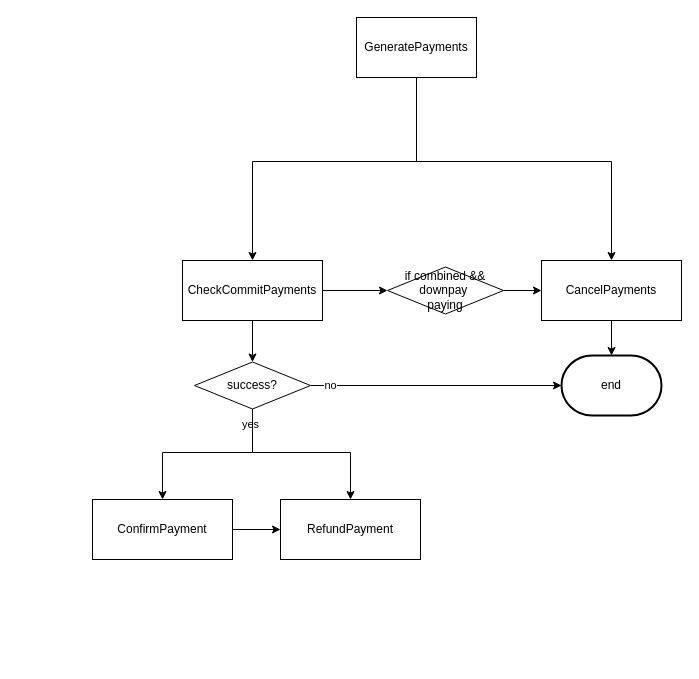
xhd2015/bog keeps this draw.io diagram as page "Lifecycle" (6 of 6) of tmp.drawio. Above is the earlier version. Source tidied: cells renumbered, new cells numbered last; positions are measured from the earlier drawing's top-left corner, leaving out a move shared by most shapes. Both pictures are drawn from the tidied source at 100%, with x=0, y=0 at pixel (92, 17).
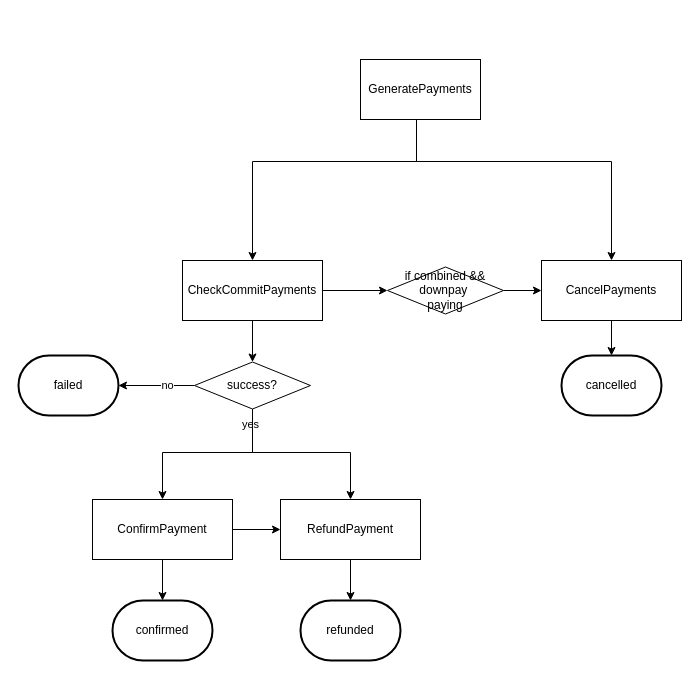
The same page after the edit.

Unchanged cells that the change refers to:
```xml
<mxCell id="16" value="success?" style="rhombus;whiteSpace=wrap;html=1;fillColor=default;" parent="1" vertex="1">
  <mxGeometry x="102" y="344.5" width="116" height="47" as="geometry" />
</mxCell>
<mxCell id="18" value="ConfirmPayment" style="rounded=0;whiteSpace=wrap;html=1;fillColor=default;" parent="1" vertex="1">
  <mxGeometry y="482" width="140" height="60" as="geometry" />
</mxCell>
<mxCell id="19" value="&lt;span&gt;RefundPayment&lt;/span&gt;" style="rounded=0;whiteSpace=wrap;html=1;fillColor=default;" parent="1" vertex="1">
  <mxGeometry x="188" y="482" width="140" height="60" as="geometry" />
</mxCell>
```

Change to the diagram source:
```diff
@@
     <mxCell id="4" value="GeneratePayments" style="rounded=0;whiteSpace=wrap;html=1;fillColor=default;" parent="1" vertex="1">
-      <mxGeometry x="264" width="120" height="60" as="geometry" />
+      <mxGeometry x="268" y="42" width="120" height="60" as="geometry" />
     </mxCell>
@@
-    <mxCell id="12" value="end" style="strokeWidth=2;html=1;shape=mxgraph.flowchart.terminator;whiteSpace=wrap;fillColor=default;" parent="1" vertex="1">
+    <mxCell id="12" value="cancelled" style="strokeWidth=2;html=1;shape=mxgraph.flowchart.terminator;whiteSpace=wrap;fillColor=default;" parent="1" vertex="1">
       <mxGeometry x="469" y="338" width="100" height="60" as="geometry" />
     </mxCell>
@@
-    <mxCell id="15" value="no" style="edgeStyle=orthogonalEdgeStyle;rounded=0;jettySize=auto;html=1;entryX=0;entryY=0.5;entryDx=0;entryDy=0;entryPerimeter=0;" parent="1" edge="1" source="16" target="12">
-      <mxGeometry x="-0.84" relative="1" as="geometry" />
+    <mxCell id="15" value="no" style="edgeStyle=orthogonalEdgeStyle;rounded=0;jettySize=auto;html=1;" parent="1" edge="1" source="16" target="25">
+      <mxGeometry x="-0.29" relative="1" as="geometry" />
     </mxCell>
@@
+    <mxCell id="21" style="edgeStyle=orthogonalEdgeStyle;rounded=0;jettySize=auto;html=1;entryX=0.5;entryY=0;entryDx=0;entryDy=0;entryPerimeter=0;" parent="1" edge="1" source="18" target="23">
+      <mxGeometry relative="1" as="geometry" />
+    </mxCell>
@@
+    <mxCell id="22" style="edgeStyle=orthogonalEdgeStyle;rounded=0;jettySize=auto;html=1;entryX=0.5;entryY=0;entryDx=0;entryDy=0;entryPerimeter=0;" parent="1" edge="1" source="19" target="24">
+      <mxGeometry relative="1" as="geometry" />
+    </mxCell>
@@
+    <mxCell id="23" value="confirmed" style="strokeWidth=2;html=1;shape=mxgraph.flowchart.terminator;whiteSpace=wrap;fillColor=default;" parent="1" vertex="1">
+      <mxGeometry x="20" y="583" width="100" height="60" as="geometry" />
+    </mxCell>
+    <mxCell id="24" value="refunded" style="strokeWidth=2;html=1;shape=mxgraph.flowchart.terminator;whiteSpace=wrap;fillColor=default;" parent="1" vertex="1">
+      <mxGeometry x="208" y="583" width="100" height="60" as="geometry" />
+    </mxCell>
+    <mxCell id="25" value="failed" style="strokeWidth=2;html=1;shape=mxgraph.flowchart.terminator;whiteSpace=wrap;fillColor=default;" parent="1" vertex="1">
+      <mxGeometry x="-74" y="338" width="100" height="60" as="geometry" />
+    </mxCell>
```
